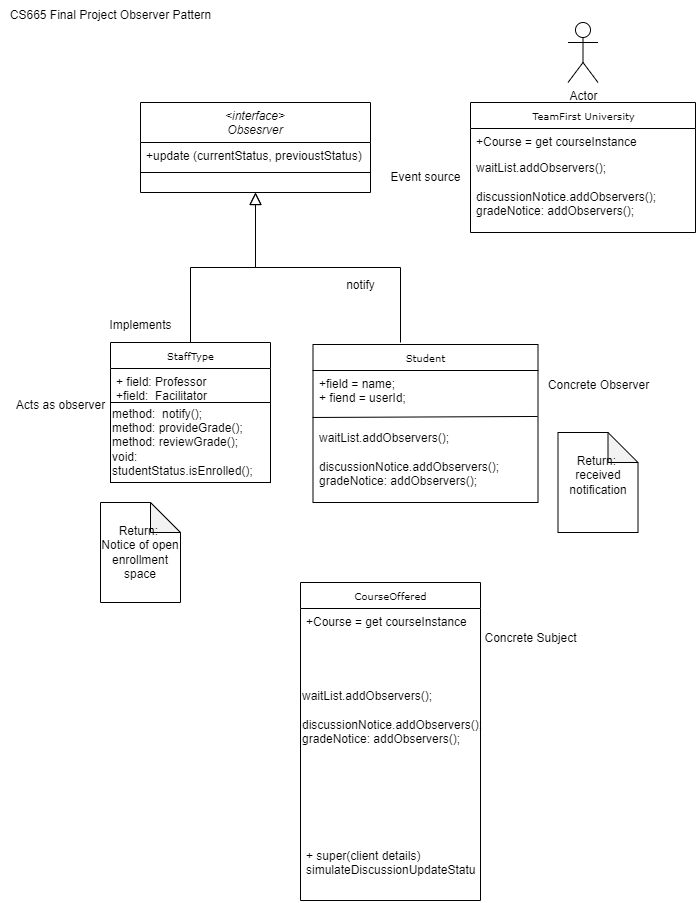
jimmyjazz31/CSSFinalProject keeps this draw.io diagram as Observer Diag.drawio.png. Above is the earlier version. Source tidied: cells renumbered, new cells last; positions are measured from the earlier drawing's top-left corner, leaving out a move shared by most shapes.
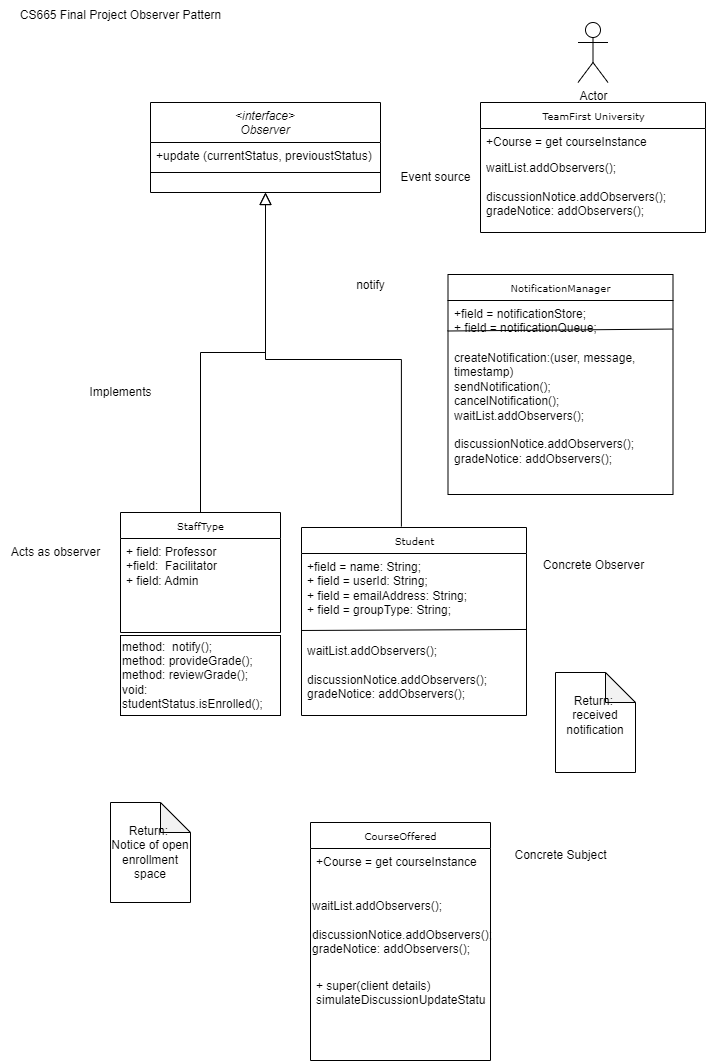
After the change.

Change to the diagram source:
```diff
@@ -2,7 +2,7 @@
   <root>
     <mxCell id="0" />
     <mxCell id="1" parent="0" />
-    <mxCell id="2" value="&lt;interface&gt;&#10;Obsesrver" style="swimlane;fontStyle=2;align=center;verticalAlign=top;horizontal=1;startSize=40;rounded=0;shadow=0;strokeWidth=1;" parent="1" vertex="1">
+    <mxCell id="2" value="&lt;interface&gt;&#10;Observer" style="swimlane;fontStyle=2;align=center;verticalAlign=top;horizontal=1;startSize=40;rounded=0;shadow=0;strokeWidth=1;" parent="1" vertex="1">
       <mxGeometry x="140" y="102" width="230" height="90" as="geometry" />
     </mxCell>
     <mxCell id="3" value="+update (currentStatus, previoustStatus)" style="text;align=left;verticalAlign=top;spacingLeft=4;spacingRight=4;overflow=hidden;" parent="2" vertex="1">
@@ -11,42 +11,38 @@
     <mxCell id="4" style="line;html=1;strokeWidth=1;align=left;verticalAlign=middle;spacingTop=-1;spacingLeft=3;spacingRight=3;labelPosition=right;" parent="2" vertex="1">
       <mxGeometry y="66" width="230" height="8" as="geometry" />
     </mxCell>
-    <mxCell id="5" style="endArrow=block;endSize=10;endFill=0;shadow=0;strokeWidth=1;rounded=0;curved=0;edgeStyle=elbowEdgeStyle;elbow=vertical;" parent="1" edge="1" target="2">
-      <mxGeometry relative="1" as="geometry">
-        <mxPoint x="190" y="342" as="sourcePoint" />
-      </mxGeometry>
+    <mxCell id="5" style="endArrow=block;endSize=10;endFill=0;shadow=0;strokeWidth=1;rounded=0;curved=0;edgeStyle=elbowEdgeStyle;elbow=vertical;exitX=0.5;exitY=0;exitDx=0;exitDy=0;" parent="1" edge="1" source="7" target="2">
+      <mxGeometry relative="1" as="geometry" />
     </mxCell>
-    <mxCell id="6" style="endArrow=block;endSize=10;endFill=0;shadow=0;strokeWidth=1;rounded=0;curved=0;edgeStyle=elbowEdgeStyle;elbow=vertical;" parent="1" edge="1" target="2">
-      <mxGeometry relative="1" as="geometry">
-        <mxPoint x="400" y="342" as="sourcePoint" />
-      </mxGeometry>
+    <mxCell id="6" style="endArrow=block;endSize=10;endFill=0;shadow=0;strokeWidth=1;rounded=0;curved=0;edgeStyle=elbowEdgeStyle;elbow=vertical;exitX=0.444;exitY=-0.005;exitDx=0;exitDy=0;exitPerimeter=0;" parent="1" edge="1" source="23" target="2">
+      <mxGeometry relative="1" as="geometry" />
     </mxCell>
     <mxCell id="7" value="StaffType" style="swimlane;html=1;fontStyle=0;horizontal=1;startSize=26;fillColor=none;swimlaneFillColor=#ffffff;rounded=0;shadow=0;comic=0;labelBackgroundColor=none;strokeWidth=1;fontFamily=Verdana;fontSize=10;align=center;" parent="1" vertex="1">
-      <mxGeometry x="110" y="342" width="160" height="70" as="geometry" />
+      <mxGeometry x="110" y="512" width="160" height="120" as="geometry" />
     </mxCell>
-    <mxCell id="8" value="+ field: Professor&amp;nbsp;&lt;div&gt;+field:&amp;nbsp; Facilitator&amp;nbsp;&lt;/div&gt;" style="text;html=1;strokeColor=none;fillColor=none;align=left;verticalAlign=top;spacingLeft=4;spacingRight=4;whiteSpace=wrap;overflow=hidden;" parent="7" vertex="1">
-      <mxGeometry y="26" width="160" height="44" as="geometry" />
+    <mxCell id="8" value="+ field: Professor&amp;nbsp;&lt;div&gt;+field:&amp;nbsp; Facilitator&amp;nbsp;&lt;/div&gt;&lt;div&gt;+ field: Admin&lt;/div&gt;" style="text;html=1;strokeColor=none;fillColor=none;align=left;verticalAlign=top;spacingLeft=4;spacingRight=4;whiteSpace=wrap;overflow=hidden;" parent="7" vertex="1">
+      <mxGeometry y="26" width="160" height="94" as="geometry" />
     </mxCell>
     <mxCell id="9" value="Implements" style="text;html=1;align=center;verticalAlign=middle;strokeColor=none;fillColor=none;" parent="1" vertex="1">
-      <mxGeometry x="95" y="310" width="90" height="30" as="geometry" />
+      <mxGeometry x="65" y="377" width="90" height="30" as="geometry" />
     </mxCell>
     <mxCell id="10" value="method:&amp;nbsp; notify();&lt;div&gt;method: provideGrade();&lt;/div&gt;&lt;div&gt;method: reviewGrade();&lt;/div&gt;&lt;div&gt;void:&amp;nbsp;&lt;/div&gt;&lt;div&gt;studentStatus.isEnrolled();&lt;/div&gt;" style="rounded=0;whiteSpace=wrap;html=1;align=left;" parent="1" vertex="1">
-      <mxGeometry x="110" y="402" width="160" height="80" as="geometry" />
+      <mxGeometry x="110" y="635" width="160" height="80" as="geometry" />
     </mxCell>
     <mxCell id="11" value="Return:&amp;nbsp; Notice of open enrollment space" style="shape=note;whiteSpace=wrap;html=1;backgroundOutline=1;darkOpacity=0.05;" parent="1" vertex="1">
-      <mxGeometry x="100" y="502" width="80" height="100" as="geometry" />
+      <mxGeometry x="100" y="802" width="80" height="100" as="geometry" />
     </mxCell>
     <mxCell id="12" value="&lt;div&gt;CourseOffered&lt;/div&gt;" style="swimlane;html=1;fontStyle=0;horizontal=1;startSize=26;fillColor=none;swimlaneFillColor=#ffffff;rounded=0;shadow=0;comic=0;labelBackgroundColor=none;strokeWidth=1;fontFamily=Verdana;fontSize=10;align=center;" parent="1" vertex="1">
-      <mxGeometry x="300" y="582" width="180" height="318" as="geometry" />
+      <mxGeometry x="300" y="822" width="180" height="238" as="geometry" />
     </mxCell>
     <mxCell id="13" value="+Course = get courseInstance" style="text;html=1;strokeColor=none;fillColor=none;align=left;verticalAlign=top;spacingLeft=4;spacingRight=4;whiteSpace=wrap;overflow=hidden;" parent="12" vertex="1">
-      <mxGeometry y="26" width="180" height="74" as="geometry" />
+      <mxGeometry y="26" width="180" height="44" as="geometry" />
     </mxCell>
     <mxCell id="14" value="waitList.addObservers();&#10;&#10;discussionNotice.addObservers();&#10;gradeNotice: addObservers();" style="text;whiteSpace=wrap;html=1;" parent="12" vertex="1">
-      <mxGeometry y="100" width="180" height="160" as="geometry" />
+      <mxGeometry y="70" width="180" height="80" as="geometry" />
     </mxCell>
     <mxCell id="15" value="+ super(client details)&amp;nbsp;&lt;div&gt;simulateDiscussionUpdateStatus&lt;/div&gt;" style="text;html=1;strokeColor=none;fillColor=none;align=left;verticalAlign=top;spacingLeft=4;spacingRight=4;whiteSpace=wrap;overflow=hidden;" parent="12" vertex="1">
-      <mxGeometry y="260" width="180" height="58" as="geometry" />
+      <mxGeometry y="150" width="180" height="58" as="geometry" />
     </mxCell>
     <mxCell id="16" value="TeamFirst University" style="swimlane;html=1;fontStyle=0;horizontal=1;startSize=26;fillColor=none;swimlaneFillColor=#ffffff;rounded=0;shadow=0;comic=0;labelBackgroundColor=none;strokeWidth=1;fontFamily=Verdana;fontSize=10;align=center;" parent="1" vertex="1">
       <mxGeometry x="470" y="102" width="225" height="130" as="geometry" />
@@ -58,7 +54,7 @@
       <mxGeometry y="52" width="225" height="68" as="geometry" />
     </mxCell>
     <mxCell id="19" value="Acts as observer" style="text;html=1;align=center;verticalAlign=middle;strokeColor=none;fillColor=none;" parent="1" vertex="1">
-      <mxGeometry x="5" y="390" width="110" height="30" as="geometry" />
+      <mxGeometry x="-10" y="537" width="110" height="30" as="geometry" />
     </mxCell>
     <mxCell id="20" value="notify" style="text;html=1;align=center;verticalAlign=middle;strokeColor=none;fillColor=none;" parent="1" vertex="1">
       <mxGeometry x="335" y="270" width="50" height="30" as="geometry" />
@@ -70,28 +66,40 @@
       <mxGeometry width="220" height="30" as="geometry" />
     </mxCell>
     <mxCell id="23" value="Student" style="swimlane;html=1;fontStyle=0;horizontal=1;startSize=26;fillColor=none;swimlaneFillColor=#ffffff;rounded=0;shadow=0;comic=0;labelBackgroundColor=none;strokeWidth=1;fontFamily=Verdana;fontSize=10;align=center;" parent="1" vertex="1">
-      <mxGeometry x="312.5" y="344" width="225" height="158" as="geometry" />
+      <mxGeometry x="291" y="527" width="225" height="188" as="geometry" />
     </mxCell>
-    <mxCell id="24" value="+field = name;&amp;nbsp;&lt;div&gt;+ fiend = userId;&lt;/div&gt;" style="text;html=1;strokeColor=none;fillColor=none;align=left;verticalAlign=top;spacingLeft=4;spacingRight=4;whiteSpace=wrap;overflow=hidden;" parent="23" vertex="1">
-      <mxGeometry y="26" width="225" height="54" as="geometry" />
+    <mxCell id="24" value="+field = name: String;&amp;nbsp;&lt;div&gt;+ field = userId: String;&lt;/div&gt;&lt;div&gt;+ field = emailAddress: String;&lt;/div&gt;&lt;div&gt;+ field = groupType: String;&lt;/div&gt;" style="text;html=1;strokeColor=none;fillColor=none;align=left;verticalAlign=top;spacingLeft=4;spacingRight=4;whiteSpace=wrap;overflow=hidden;" parent="23" vertex="1">
+      <mxGeometry y="26" width="225" height="84" as="geometry" />
     </mxCell>
     <mxCell id="25" value="waitList.addObservers();&lt;div&gt;&lt;br&gt;&lt;/div&gt;&lt;div&gt;discussionNotice.addObservers();&lt;/div&gt;&lt;div&gt;gradeNotice: addObservers();&lt;/div&gt;" style="text;html=1;strokeColor=none;fillColor=none;align=left;verticalAlign=top;spacingLeft=4;spacingRight=4;whiteSpace=wrap;overflow=hidden;points=[[0,0.5],[1,0.5]];portConstraint=eastwest;" parent="23" vertex="1">
-      <mxGeometry y="80" width="225" height="78" as="geometry" />
+      <mxGeometry y="110" width="225" height="78" as="geometry" />
     </mxCell>
     <mxCell id="26" style="endArrow=none;html=1;rounded=0;exitX=-0.002;exitY=-0.09;exitDx=0;exitDy=0;exitPerimeter=0;entryX=0.998;entryY=-0.103;entryDx=0;entryDy=0;entryPerimeter=0;" parent="23" edge="1" source="25" target="25">
       <mxGeometry relative="1" as="geometry" />
     </mxCell>
     <mxCell id="27" value="Concrete Observer&lt;div&gt;&lt;br&gt;&lt;/div&gt;" style="text;html=1;align=center;verticalAlign=middle;strokeColor=none;fillColor=none;" parent="1" vertex="1">
-      <mxGeometry x="537.5" y="372" width="120" height="40" as="geometry" />
+      <mxGeometry x="522.5" y="552" width="120" height="40" as="geometry" />
     </mxCell>
     <mxCell id="28" value="Return:&amp;nbsp; received notification&lt;div&gt;&lt;br&gt;&lt;/div&gt;" style="shape=note;whiteSpace=wrap;html=1;backgroundOutline=1;darkOpacity=0.05;" parent="1" vertex="1">
-      <mxGeometry x="557.5" y="432" width="80" height="100" as="geometry" />
+      <mxGeometry x="545" y="672" width="80" height="100" as="geometry" />
     </mxCell>
     <mxCell id="29" value="Actor" style="shape=umlActor;verticalLabelPosition=bottom;verticalAlign=top;html=1;" parent="1" vertex="1">
       <mxGeometry x="567.5" y="22" width="30" height="60" as="geometry" />
     </mxCell>
     <mxCell id="30" value="Concrete Subject&lt;div&gt;&lt;br&gt;&lt;/div&gt;" style="text;html=1;align=center;verticalAlign=middle;strokeColor=none;fillColor=none;" parent="1" vertex="1">
-      <mxGeometry x="470" y="625" width="120" height="40" as="geometry" />
+      <mxGeometry x="490" y="842" width="120" height="40" as="geometry" />
     </mxCell>
+    <mxCell id="31" value="NotificationManager" style="swimlane;html=1;fontStyle=0;horizontal=1;startSize=26;fillColor=none;swimlaneFillColor=#ffffff;rounded=0;shadow=0;comic=0;labelBackgroundColor=none;strokeWidth=1;fontFamily=Verdana;fontSize=10;align=center;" parent="1" vertex="1">
+      <mxGeometry x="437.5" y="274" width="225" height="220" as="geometry" />
+    </mxCell>
+    <mxCell id="32" value="+field = notificationStore;&amp;nbsp;&lt;div&gt;+ field = notificationQueue;&lt;/div&gt;&lt;div&gt;&lt;br&gt;&lt;/div&gt;" style="text;html=1;strokeColor=none;fillColor=none;align=left;verticalAlign=top;spacingLeft=4;spacingRight=4;whiteSpace=wrap;overflow=hidden;" parent="31" vertex="1">
+      <mxGeometry y="26" width="225" height="44" as="geometry" />
+    </mxCell>
+    <mxCell id="33" value="createNotification:(user, message, timestamp)&lt;div&gt;sendNotification();&lt;/div&gt;&lt;div&gt;cancelNotification();&lt;/div&gt;&lt;div&gt;waitList.addObservers();&lt;div&gt;&lt;br&gt;&lt;/div&gt;&lt;div&gt;discussionNotice.addObservers();&lt;/div&gt;&lt;div&gt;gradeNotice: addObservers();&lt;/div&gt;&lt;/div&gt;" style="text;html=1;strokeColor=none;fillColor=none;align=left;verticalAlign=top;spacingLeft=4;spacingRight=4;whiteSpace=wrap;overflow=hidden;points=[[0,0.5],[1,0.5]];portConstraint=eastwest;" parent="31" vertex="1">
+      <mxGeometry y="70" width="225" height="150" as="geometry" />
+    </mxCell>
+    <mxCell id="34" style="endArrow=none;html=1;rounded=0;exitX=-0.002;exitY=-0.09;exitDx=0;exitDy=0;exitPerimeter=0;entryX=0.998;entryY=-0.103;entryDx=0;entryDy=0;entryPerimeter=0;" parent="31" edge="1" source="33" target="33">
+      <mxGeometry relative="1" as="geometry" />
+    </mxCell>
   </root>
 </mxGraphModel>
```
